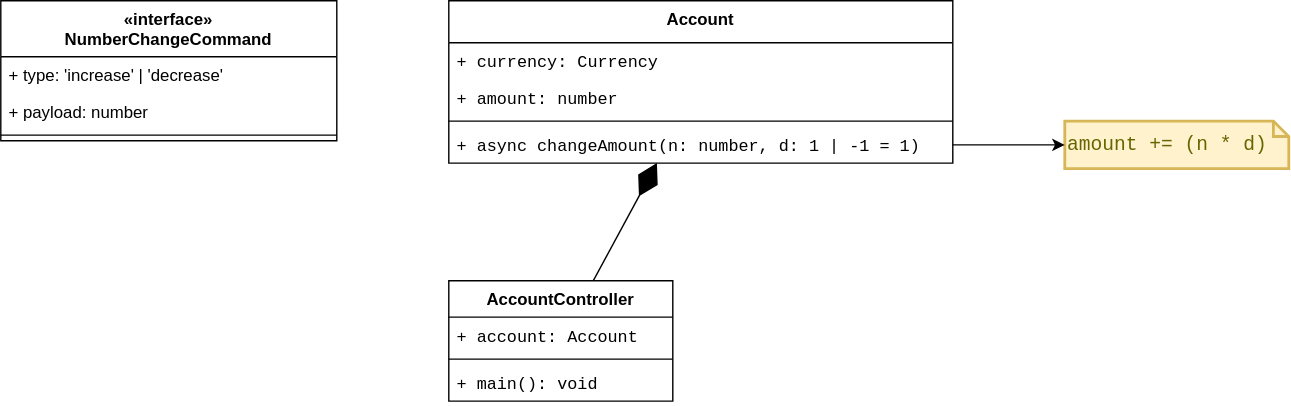
Above: src/patterns/structural/proxy/proxy.diagram.svg in parzhitsky/interview-questions (draw.io), before the change. Source tidied: cells renumbered, new cells last; positions are measured from the earlier drawing's top-left corner, leaving out a move shared by most shapes.
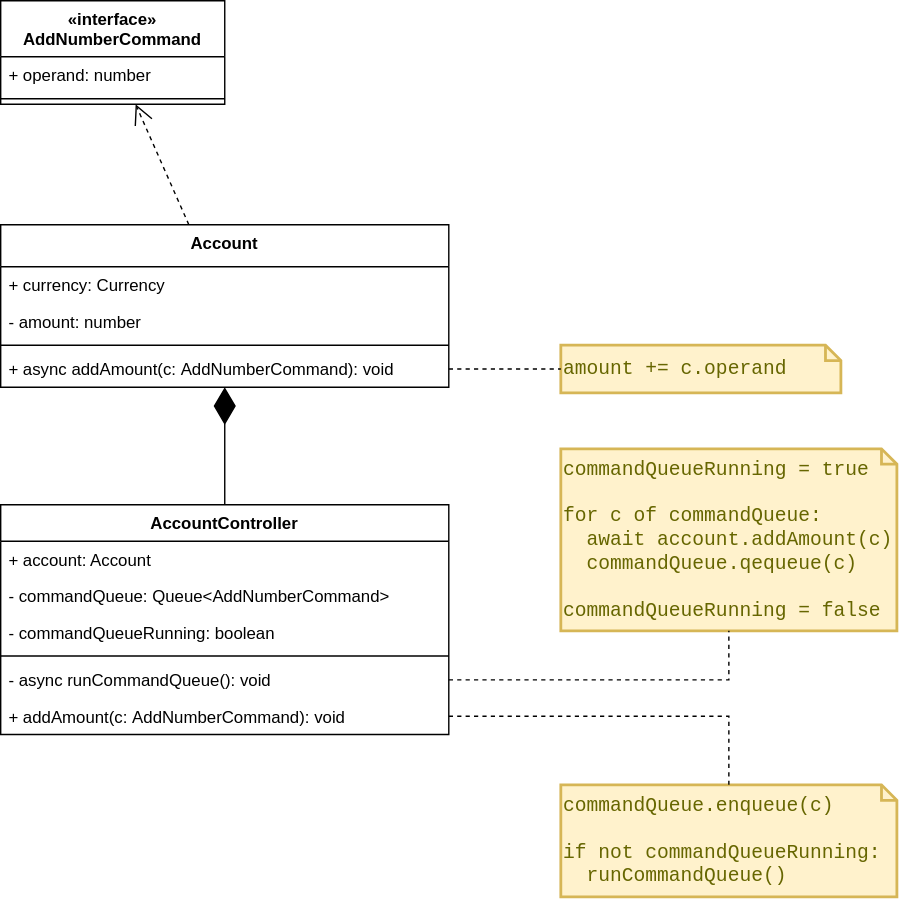
Above is the later version.

Commit message:
Describe Proxy pattern

The edit, as a diff of the source:
```diff
@@ -2,56 +2,74 @@
   <root>
     <mxCell id="0" />
     <mxCell id="1" parent="0" />
-    <mxCell id="2" style="group;" parent="1" vertex="1">
-      <mxGeometry x="320" width="600" height="120" as="geometry" />
-    </mxCell>
+    <mxCell id="10" value="AccountController" style="swimlane;fontStyle=1;align=center;verticalAlign=top;horizontal=1;startSize=26;fontFamily=Helvetica;" parent="1" vertex="1">
+      <mxGeometry x="320" y="200" width="320" height="164" as="geometry" />
+    </mxCell>
+    <mxCell id="11" value="+ account: Account" style="text;strokeColor=none;fillColor=none;align=left;verticalAlign=top;spacingLeft=4;spacingRight=4;overflow=hidden;fontFamily=Helvetica;" parent="10" vertex="1">
+      <mxGeometry y="26" width="320" height="26" as="geometry" />
+    </mxCell>
+    <mxCell id="19" value="- commandQueue: Queue&lt;AddNumberCommand&gt;" style="text;strokeColor=none;fillColor=none;align=left;verticalAlign=top;spacingLeft=4;spacingRight=4;overflow=hidden;fontFamily=Helvetica;" parent="10" vertex="1">
+      <mxGeometry y="52" width="320" height="26" as="geometry" />
+    </mxCell>
+    <mxCell id="20" value="- commandQueueRunning: boolean" style="text;strokeColor=none;fillColor=none;align=left;verticalAlign=top;spacingLeft=4;spacingRight=4;overflow=hidden;fontFamily=Helvetica;" parent="10" vertex="1">
+      <mxGeometry y="78" width="320" height="26" as="geometry" />
+    </mxCell>
+    <mxCell id="12" style="line;strokeWidth=1;fillColor=none;align=left;verticalAlign=middle;spacingTop=-1;spacingLeft=3;spacingRight=3;labelPosition=right;strokeColor=inherit;fontFamily=Helvetica;" parent="10" vertex="1">
+      <mxGeometry y="104" width="320" height="8" as="geometry" />
+    </mxCell>
+    <mxCell id="21" value="- async runCommandQueue(): void" style="text;strokeColor=none;fillColor=none;align=left;verticalAlign=top;spacingLeft=4;spacingRight=4;overflow=hidden;points=[[0,0.5],[1,0.5]];portConstraint=eastwest;fontFamily=Helvetica;" parent="10" vertex="1">
+      <mxGeometry y="112" width="320" height="26" as="geometry" />
+    </mxCell>
+    <mxCell id="13" value="+ addAmount(c: AddNumberCommand): void" style="text;strokeColor=none;fillColor=none;align=left;verticalAlign=top;spacingLeft=4;spacingRight=4;overflow=hidden;points=[[0,0.5],[1,0.5]];portConstraint=eastwest;fontFamily=Helvetica;" parent="10" vertex="1">
+      <mxGeometry y="138" width="320" height="26" as="geometry" />
+    </mxCell>
+    <mxCell id="14" style="endArrow=diamondThin;endFill=1;endSize=24;html=1;rounded=0;fontFamily=Helvetica;" parent="1" edge="1" source="10" target="3">
+      <mxGeometry relative="1" as="geometry" />
+    </mxCell>
+    <mxCell id="15" value="«interface»&#10;AddNumberCommand" style="swimlane;fontStyle=1;align=center;verticalAlign=top;horizontal=1;startSize=40;fontFamily=Helvetica;" parent="1" vertex="1">
+      <mxGeometry x="320" y="-160" width="160" height="74" as="geometry" />
+    </mxCell>
+    <mxCell id="17" value="+ operand: number" style="text;strokeColor=none;fillColor=none;align=left;verticalAlign=top;spacingLeft=4;spacingRight=4;overflow=hidden;fontFamily=Helvetica;" parent="15" vertex="1">
+      <mxGeometry y="40" width="160" height="26" as="geometry" />
+    </mxCell>
+    <mxCell id="18" style="line;strokeWidth=1;fillColor=none;align=left;verticalAlign=middle;spacingTop=-1;spacingLeft=3;spacingRight=3;labelPosition=right;strokeColor=inherit;fontFamily=Helvetica;" parent="15" vertex="1">
+      <mxGeometry y="66" width="160" height="8" as="geometry" />
+    </mxCell>
+    <mxCell id="22" style="endArrow=open;endSize=12;dashed=1;html=1;rounded=0;fontFamily=Helvetica;" parent="1" edge="1" source="3" target="15">
+      <mxGeometry relative="1" as="geometry" />
+    </mxCell>
+    <mxCell id="23" value="commandQueue.enqueue(c)&lt;br&gt;&lt;br&gt;if not commandQueueRunning:&lt;br&gt;&amp;nbsp; runCommandQueue()" style="shape=note;strokeWidth=2;fontSize=14;size=11;whiteSpace=wrap;html=1;fillColor=#fff2cc;strokeColor=#d6b656;fontColor=#666600;align=left;verticalAlign=top;fontFamily=Courier New;" parent="1" vertex="1">
+      <mxGeometry x="720" y="400" width="240" height="80" as="geometry" />
+    </mxCell>
+    <mxCell id="24" value="commandQueueRunning = true&lt;br&gt;&lt;br&gt;for c of commandQueue:&lt;br&gt;&amp;nbsp; await account.addAmount(c)&lt;br&gt;&amp;nbsp; commandQueue.qequeue(c)&lt;br&gt;&lt;br&gt;commandQueueRunning = false" style="shape=note;strokeWidth=2;fontSize=14;size=11;whiteSpace=wrap;html=1;fillColor=#fff2cc;strokeColor=#d6b656;fontColor=#666600;align=left;verticalAlign=middle;fontFamily=Courier New;" parent="1" vertex="1">
+      <mxGeometry x="720" y="160" width="240" height="130" as="geometry" />
+    </mxCell>
+    <mxCell id="25" style="edgeStyle=orthogonalEdgeStyle;rounded=0;jettySize=auto;html=1;fontFamily=Helvetica;endArrow=none;endFill=0;dashed=1;" parent="1" edge="1" source="21" target="24">
+      <mxGeometry relative="1" as="geometry" />
+    </mxCell>
-    <mxCell id="3" value="Account" style="swimlane;fontStyle=1;align=center;verticalAlign=top;horizontal=1;startSize=30;fontFamily=Helvetica;" parent="2" vertex="1">
-      <mxGeometry width="360" height="116" as="geometry" />
+    <mxCell id="3" value="Account" style="swimlane;fontStyle=1;align=center;verticalAlign=top;horizontal=1;startSize=30;fontFamily=Helvetica;" parent="1" vertex="1">
+      <mxGeometry x="320" width="320" height="116" as="geometry" />
     </mxCell>
-    <mxCell id="4" value="+ currency: Currency" style="text;strokeColor=none;fillColor=none;align=left;verticalAlign=top;spacingLeft=4;spacingRight=4;overflow=hidden;fontFamily=Courier New;" parent="3" vertex="1">
-      <mxGeometry y="30" width="360" height="26" as="geometry" />
+    <mxCell id="4" value="+ currency: Currency" style="text;strokeColor=none;fillColor=none;align=left;verticalAlign=top;spacingLeft=4;spacingRight=4;overflow=hidden;fontFamily=Helvetica;" parent="3" vertex="1">
+      <mxGeometry y="30" width="320" height="26" as="geometry" />
     </mxCell>
-    <mxCell id="5" value="+ amount: number" style="text;strokeColor=none;fillColor=none;align=left;verticalAlign=top;spacingLeft=4;spacingRight=4;overflow=hidden;fontFamily=Courier New;" parent="3" vertex="1">
-      <mxGeometry y="56" width="360" height="26" as="geometry" />
+    <mxCell id="5" value="- amount: number" style="text;strokeColor=none;fillColor=none;align=left;verticalAlign=top;spacingLeft=4;spacingRight=4;overflow=hidden;fontFamily=Helvetica;" parent="3" vertex="1">
+      <mxGeometry y="56" width="320" height="26" as="geometry" />
     </mxCell>
     <mxCell id="6" style="line;strokeWidth=1;fillColor=none;align=left;verticalAlign=middle;spacingTop=-1;spacingLeft=3;spacingRight=3;labelPosition=right;strokeColor=inherit;fontFamily=Helvetica;" parent="3" vertex="1">
-      <mxGeometry y="82" width="360" height="8" as="geometry" />
+      <mxGeometry y="82" width="320" height="8" as="geometry" />
     </mxCell>
-    <mxCell id="7" value="+ async changeAmount(n: number, d: 1 | -1 = 1)" style="text;strokeColor=none;fillColor=none;align=left;verticalAlign=top;spacingLeft=4;spacingRight=4;overflow=hidden;points=[[0,0.5],[1,0.5]];portConstraint=eastwest;fontFamily=Courier New;" parent="3" vertex="1">
-      <mxGeometry y="90" width="360" height="26" as="geometry" />
+    <mxCell id="7" value="+ async addAmount(c: AddNumberCommand): void" style="text;strokeColor=none;fillColor=none;align=left;verticalAlign=top;spacingLeft=4;spacingRight=4;overflow=hidden;points=[[0,0.5],[1,0.5]];portConstraint=eastwest;fontFamily=Helvetica;" parent="3" vertex="1">
+      <mxGeometry y="90" width="320" height="26" as="geometry" />
     </mxCell>
-    <mxCell id="8" value="amount += (n * d)" style="shape=note;strokeWidth=2;fontSize=14;size=11;whiteSpace=wrap;html=1;fillColor=#fff2cc;strokeColor=#d6b656;fontColor=#666600;align=left;verticalAlign=middle;fontFamily=Courier New;" parent="2" vertex="1">
-      <mxGeometry x="440" y="86" width="160" height="34" as="geometry" />
+    <mxCell id="8" value="amount += c.operand" style="shape=note;strokeWidth=2;fontSize=14;size=11;whiteSpace=wrap;html=1;fillColor=#fff2cc;strokeColor=#d6b656;fontColor=#666600;align=left;verticalAlign=middle;fontFamily=Courier New;" parent="1" vertex="1">
+      <mxGeometry x="720" y="86" width="200" height="34" as="geometry" />
     </mxCell>
-    <mxCell id="9" style="edgeStyle=orthogonalEdgeStyle;rounded=0;jettySize=auto;html=1;exitX=1;exitY=0.5;exitDx=0;exitDy=0;" parent="2" edge="1" source="7" target="8">
+    <mxCell id="9" style="edgeStyle=orthogonalEdgeStyle;rounded=0;jettySize=auto;html=1;exitX=1;exitY=0.5;exitDx=0;exitDy=0;fontFamily=Helvetica;endArrow=none;endFill=0;dashed=1;" parent="1" edge="1" source="7" target="8">
       <mxGeometry relative="1" as="geometry" />
     </mxCell>
-    <mxCell id="10" value="AccountController" style="swimlane;fontStyle=1;align=center;verticalAlign=top;horizontal=1;startSize=26;fontFamily=Helvetica;" parent="1" vertex="1">
-      <mxGeometry x="320" y="200" width="160" height="86" as="geometry" />
-    </mxCell>
-    <mxCell id="11" value="+ account: Account" style="text;strokeColor=none;fillColor=none;align=left;verticalAlign=top;spacingLeft=4;spacingRight=4;overflow=hidden;fontFamily=Courier New;" parent="10" vertex="1">
-      <mxGeometry y="26" width="160" height="26" as="geometry" />
-    </mxCell>
-    <mxCell id="12" style="line;strokeWidth=1;fillColor=none;align=left;verticalAlign=middle;spacingTop=-1;spacingLeft=3;spacingRight=3;labelPosition=right;strokeColor=inherit;fontFamily=Helvetica;" parent="10" vertex="1">
-      <mxGeometry y="52" width="160" height="8" as="geometry" />
-    </mxCell>
-    <mxCell id="13" value="+ main(): void" style="text;strokeColor=none;fillColor=none;align=left;verticalAlign=top;spacingLeft=4;spacingRight=4;overflow=hidden;points=[[0,0.5],[1,0.5]];portConstraint=eastwest;fontFamily=Courier New;" parent="10" vertex="1">
-      <mxGeometry y="60" width="160" height="26" as="geometry" />
-    </mxCell>
-    <mxCell id="14" style="endArrow=diamondThin;endFill=1;endSize=24;html=1;rounded=0;fontFamily=Courier New;" parent="1" edge="1" source="10" target="3">
-      <mxGeometry relative="1" as="geometry" />
-    </mxCell>
-    <mxCell id="15" value="«interface»&#10;NumberChangeCommand" style="swimlane;fontStyle=1;align=center;verticalAlign=top;horizontal=1;startSize=40;fontFamily=Helvetica;" parent="1" vertex="1">
-      <mxGeometry width="240" height="100" as="geometry" />
-    </mxCell>
-    <mxCell id="16" value="+ type: 'increase' | 'decrease'" style="text;strokeColor=none;fillColor=none;align=left;verticalAlign=top;spacingLeft=4;spacingRight=4;overflow=hidden;fontFamily=Helvetica;" parent="15" vertex="1">
-      <mxGeometry y="40" width="240" height="26" as="geometry" />
-    </mxCell>
-    <mxCell id="17" value="+ payload: number" style="text;strokeColor=none;fillColor=none;align=left;verticalAlign=top;spacingLeft=4;spacingRight=4;overflow=hidden;fontFamily=Helvetica;" parent="15" vertex="1">
-      <mxGeometry y="66" width="240" height="26" as="geometry" />
-    </mxCell>
-    <mxCell id="18" style="line;strokeWidth=1;fillColor=none;align=left;verticalAlign=middle;spacingTop=-1;spacingLeft=3;spacingRight=3;labelPosition=right;strokeColor=inherit;fontFamily=Helvetica;" parent="15" vertex="1">
-      <mxGeometry y="92" width="240" height="8" as="geometry" />
-    </mxCell>
+    <mxCell id="26" style="edgeStyle=orthogonalEdgeStyle;rounded=0;jettySize=auto;html=1;dashed=1;fontFamily=Helvetica;endArrow=none;endFill=0;" parent="1" edge="1" source="13" target="23">
+      <mxGeometry relative="1" as="geometry" />
+    </mxCell>
   </root>
 </mxGraphModel>
```
